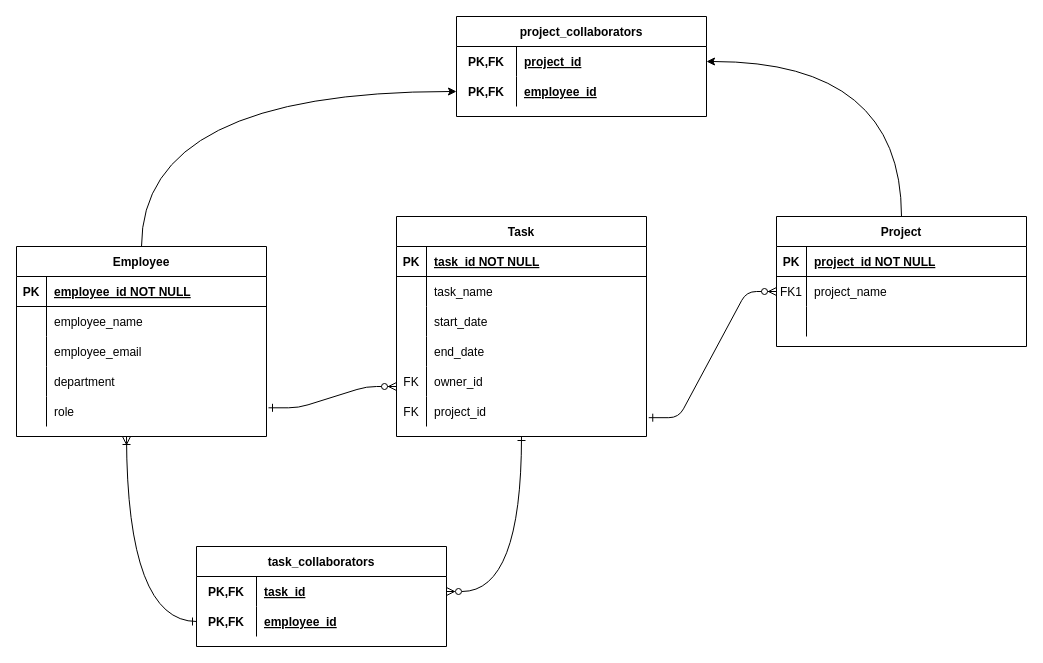
The draw.io diagram SPM ER Diagram.drawio in casecasee/SPM-G8T5, before the edit. Source tidied: cells renumbered, new cells numbered last; positions are measured from the earlier drawing's top-left corner, leaving out a move shared by most shapes. Both pictures are drawn from the tidied source at 100%, with x=0, y=0 at pixel (16, 16).
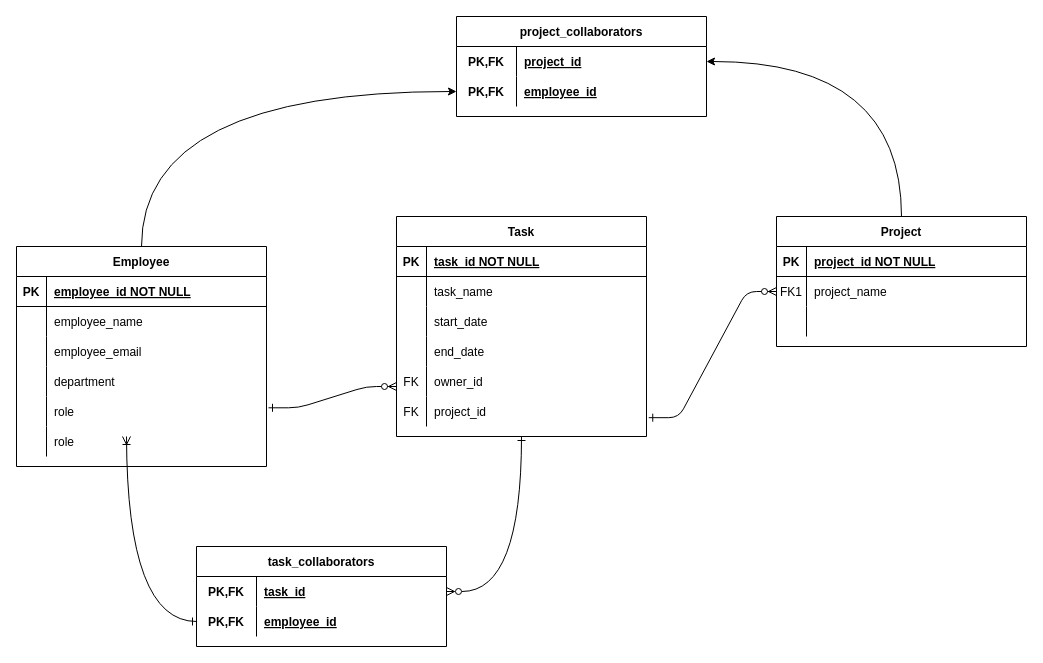
Above is the later version.

The edit, as a diff of the source:
```diff
@@
     <mxCell id="25" value="Employee" style="shape=table;startSize=30;childLayout=tableLayout;rowLines=0;fontStyle=1;align=center;" parent="1" vertex="1">
-      <mxGeometry y="230" width="250" height="190" as="geometry" />
+      <mxGeometry y="230" width="250" height="220" as="geometry" />
     </mxCell>
@@
+    <mxCell id="67" style="shape=partialRectangle;fillColor=none;top=0;left=0;right=0;bottom=0;" parent="25" vertex="1">
+      <mxGeometry y="180" width="250" height="30" as="geometry" />
+    </mxCell>
+    <mxCell id="68" style="shape=partialRectangle;overflow=hidden;fillColor=none;top=0;left=0;bottom=0;right=0;" parent="67" vertex="1">
+      <mxGeometry width="30" height="30" as="geometry" />
+    </mxCell>
+    <mxCell id="69" value="role" style="shape=partialRectangle;overflow=hidden;fillColor=none;top=0;left=0;bottom=0;right=0;align=left;spacingLeft=6;" parent="67" vertex="1">
+      <mxGeometry x="30" width="220" height="30" as="geometry" />
+    </mxCell>
```
